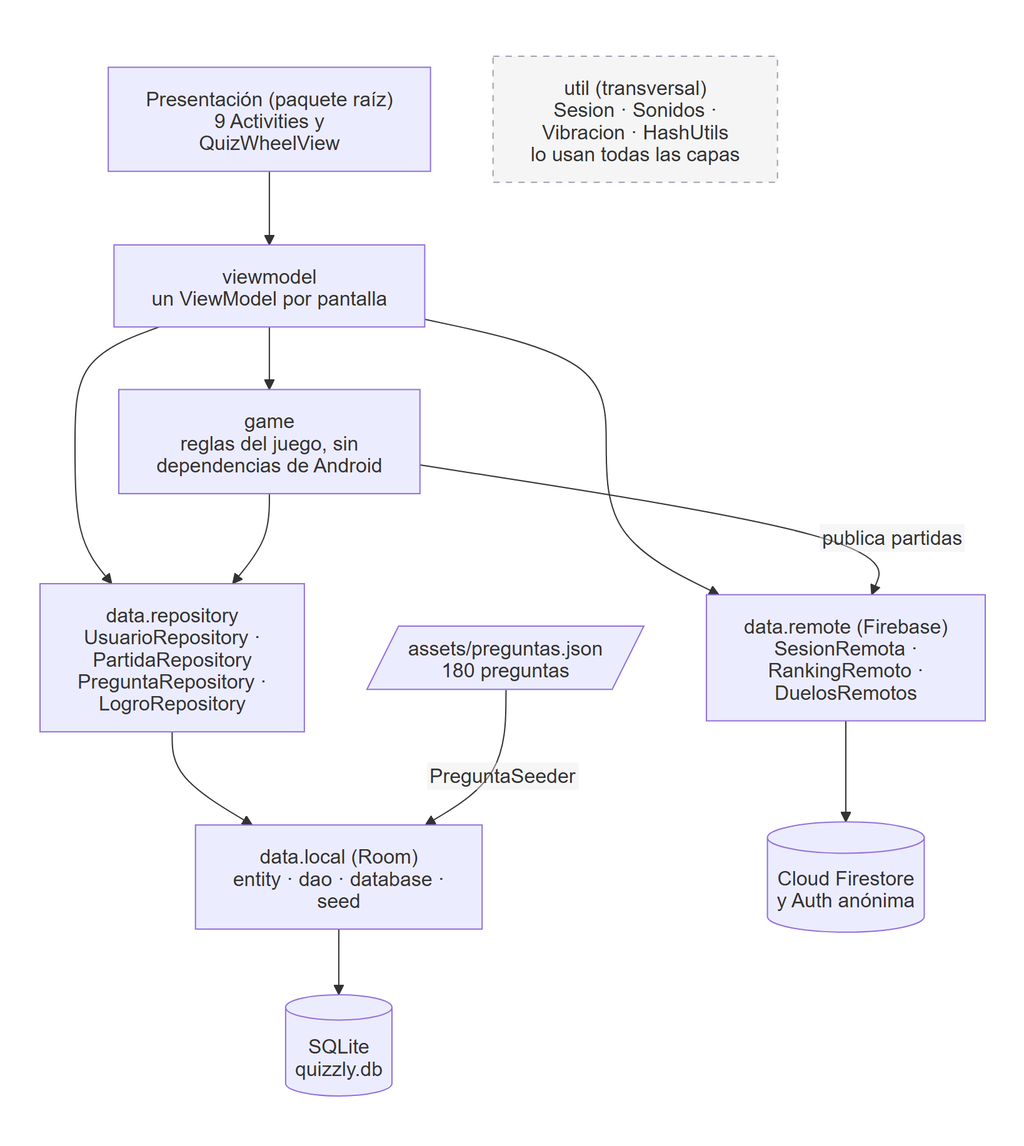
Above: docs/diagramas/00-arquitectura.png in sobas2785/Quizzly (Mermaid), before the change. Its source is kept beside it as docs/diagramas/00-arquitectura.mmd.
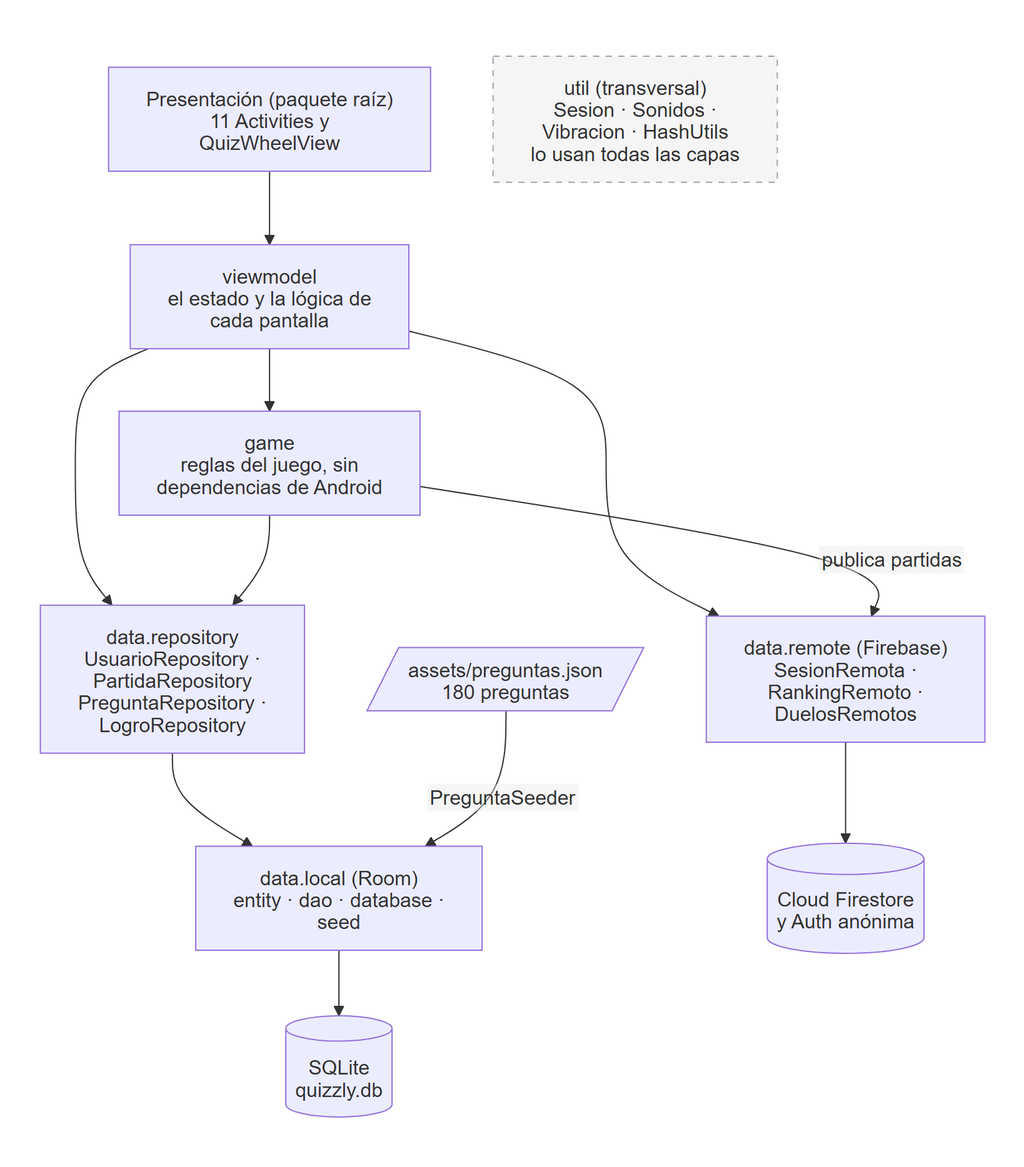
After the change.

Change to the diagram source:
```diff
@@ -1,6 +1,6 @@
 flowchart TB
-    UI["Presentación (paquete raíz)<br/>9 Activities y QuizWheelView"]
-    VM["viewmodel<br/>un ViewModel por pantalla"]
+    UI["Presentación (paquete raíz)<br/>11 Activities y QuizWheelView"]
+    VM["viewmodel<br/>el estado y la lógica de cada pantalla"]
     GAME["game<br/>reglas del juego, sin dependencias de Android"]
     REMOTE["data.remote (Firebase)<br/>SesionRemota · RankingRemoto · DuelosRemotos"]
     REPO["data.repository<br/>UsuarioRepository · PartidaRepository<br/>PreguntaRepository · LogroRepository"]
```
